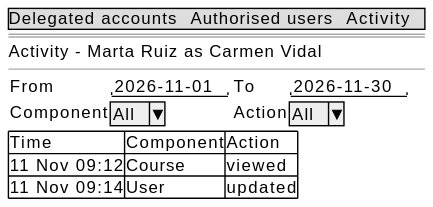
This is docs/en/technical/requirements/use-cases/reviewActivity/wireframes.svg from didactika/moodle-local_delegateaccount, a PlantUML export, as it was before one commit. Its diagram source:
```plantuml
@startsalt
{
  {* Delegated accounts | Authorised users | Activity }
  ==
  Activity - Marta Ruiz as Carmen Vidal
  --
  {
    From | "2026-11-01" | To | "2026-11-30"
    Component | ^All^ | Action | ^All^
  }
  {#
    Time | Component | Action
    11 Nov 09:12 | Course | viewed
    11 Nov 09:14 | User | updated
  }
}
@endsalt
```
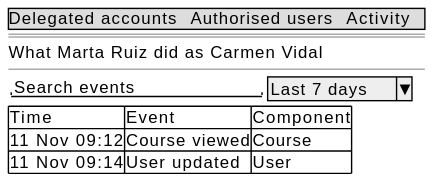
Later version of the same file.

Change to the diagram source:
```diff
@@ -2,16 +2,13 @@
 {
   {* Delegated accounts | Authorised users | Activity }
   ==
-  Activity - Marta Ruiz as Carmen Vidal
+  What Marta Ruiz did as Carmen Vidal
   --
-  {
-    From | "2026-11-01" | To | "2026-11-30"
-    Component | ^All^ | Action | ^All^
-  }
+  { "Search events         " | ^Last 7 days^ }
   {#
-    Time | Component | Action
-    11 Nov 09:12 | Course | viewed
-    11 Nov 09:14 | User | updated
+    Time | Event | Component
+    11 Nov 09:12 | Course viewed | Course
+    11 Nov 09:14 | User updated | User
   }
 }
 @endsalt
```
